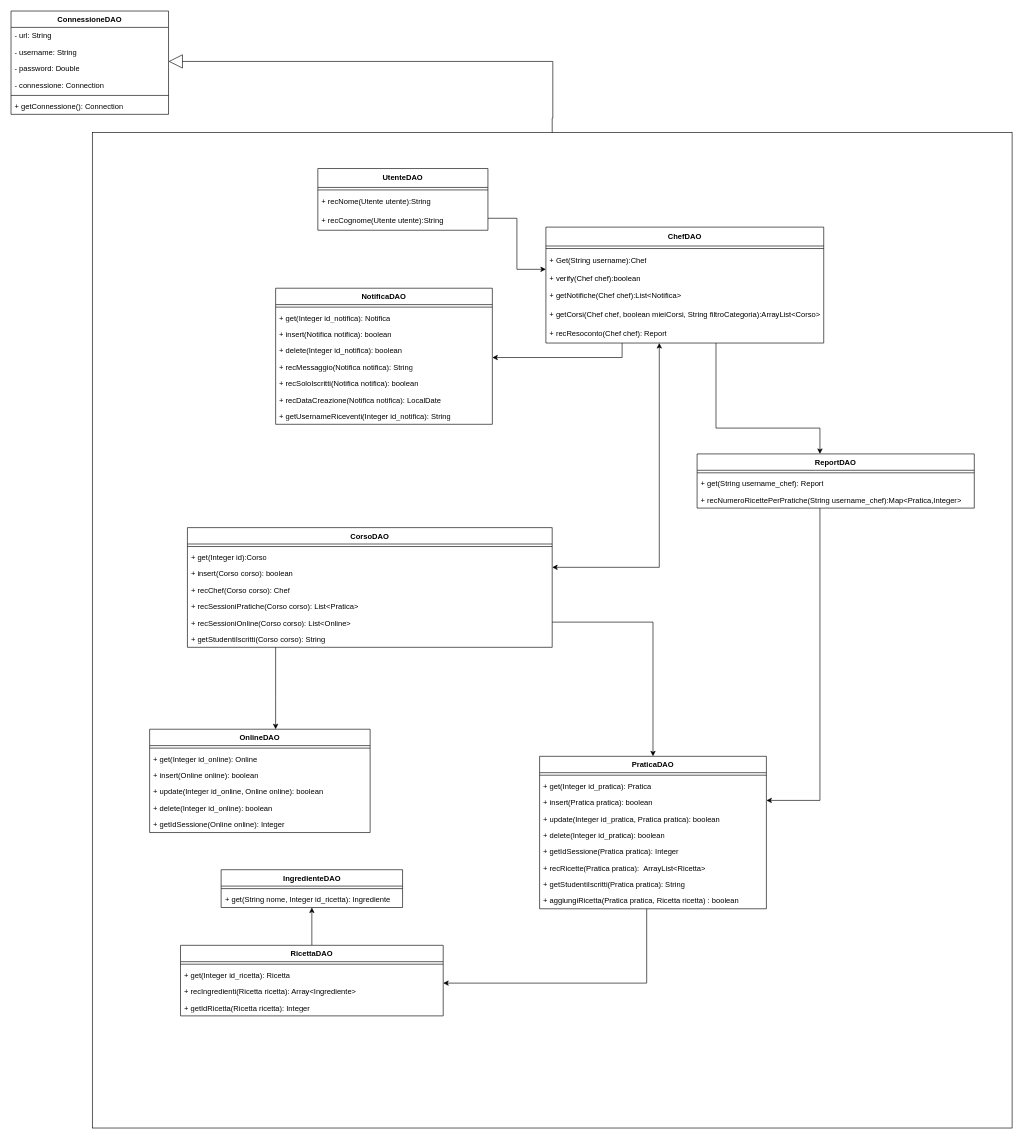
Before: page "dao" (2 of 3) of obj/uml/UML1.drawio in MetisWastaken/UninaFoodLab, a draw.io diagram. Source tidied: cells renumbered, new cells numbered last; positions are measured from the earlier drawing's top-left corner, leaving out a move shared by most shapes. Both pictures are drawn from the tidied source at 63%, with x=0, y=0 at pixel (11, 11).
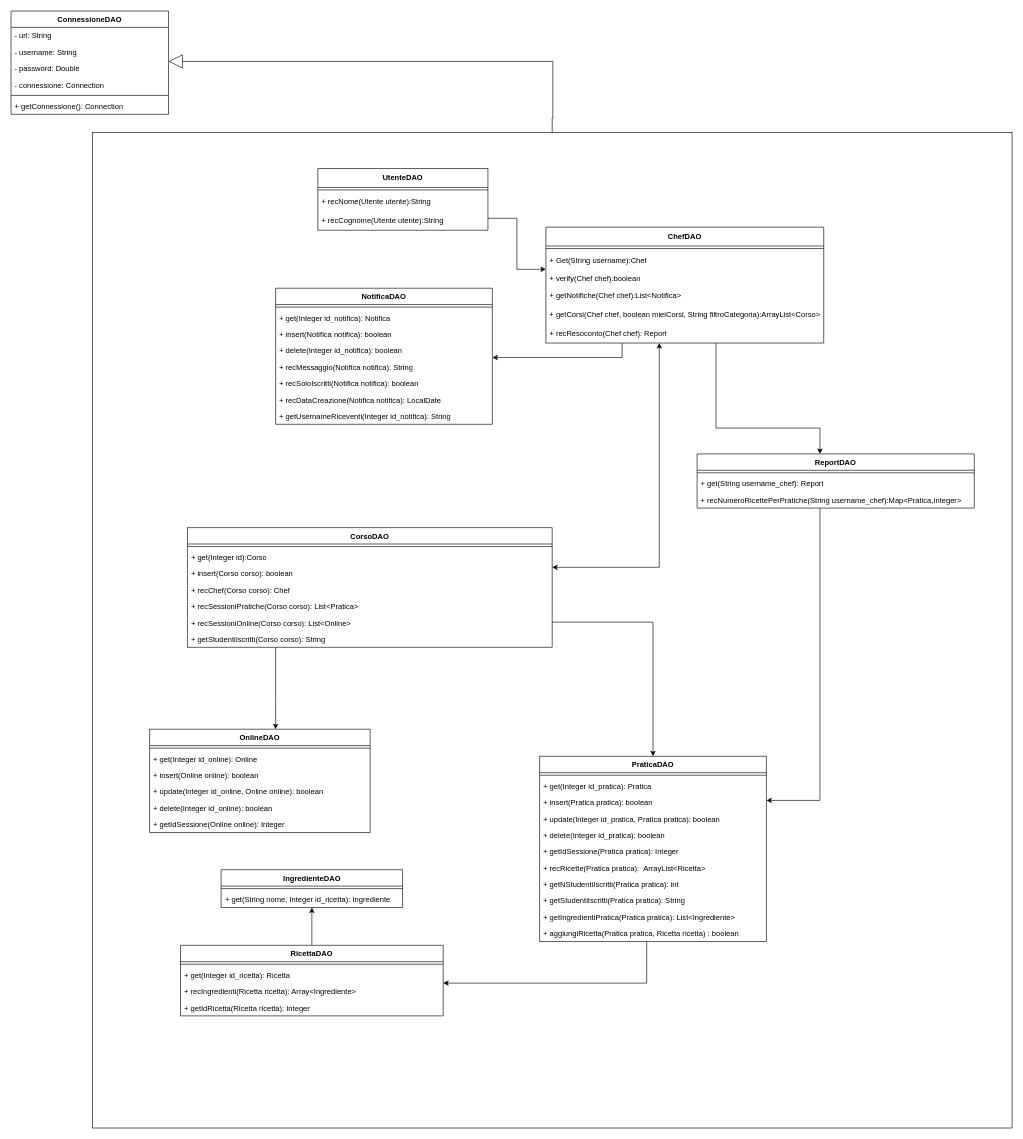
The same page after the edit.

The edit, as a diff of the source:
```diff
@@
     <mxCell id="28" value="PraticaDAO" style="swimlane;align=center;verticalAlign=top;horizontal=1;startSize=26;whiteSpace=wrap;html=1;" parent="1" vertex="1">
-      <mxGeometry x="839" y="1183" width="360" height="242" as="geometry" />
+      <mxGeometry x="839" y="1183" width="360" height="294" as="geometry" />
     </mxCell>
@@
+    <mxCell id="77" value="+ getNStudentiIscritti(Pratica pratica): int" style="text;strokeColor=none;fillColor=none;align=left;verticalAlign=top;spacingLeft=4;spacingRight=4;overflow=hidden;whiteSpace=wrap;html=1;" parent="28" vertex="1">
+      <mxGeometry y="190" width="360" height="26" as="geometry" />
+    </mxCell>
     <mxCell id="36" value="+ getStudentiIscritti(Pratica pratica): String" style="text;strokeColor=none;fillColor=none;align=left;verticalAlign=top;spacingLeft=4;spacingRight=4;overflow=hidden;whiteSpace=wrap;html=1;" parent="28" vertex="1">
-      <mxGeometry y="190" width="360" height="26" as="geometry" />
+      <mxGeometry y="216" width="360" height="26" as="geometry" />
     </mxCell>
+    <mxCell id="78" value="+ getIngredientiPratica(Pratica pratica): List&amp;lt;Ingrediente&amp;gt;" style="text;strokeColor=none;fillColor=none;align=left;verticalAlign=top;spacingLeft=4;spacingRight=4;overflow=hidden;whiteSpace=wrap;html=1;" parent="28" vertex="1">
+      <mxGeometry y="242" width="360" height="26" as="geometry" />
+    </mxCell>
     <mxCell id="37" value="+ aggiungiRicetta(Pratica pratica, Ricetta ricetta) : boolean" style="text;strokeColor=none;fillColor=none;align=left;verticalAlign=top;spacingLeft=4;spacingRight=4;overflow=hidden;whiteSpace=wrap;html=1;" parent="28" vertex="1">
-      <mxGeometry y="216" width="360" height="26" as="geometry" />
+      <mxGeometry y="268" width="360" height="26" as="geometry" />
     </mxCell>
```
